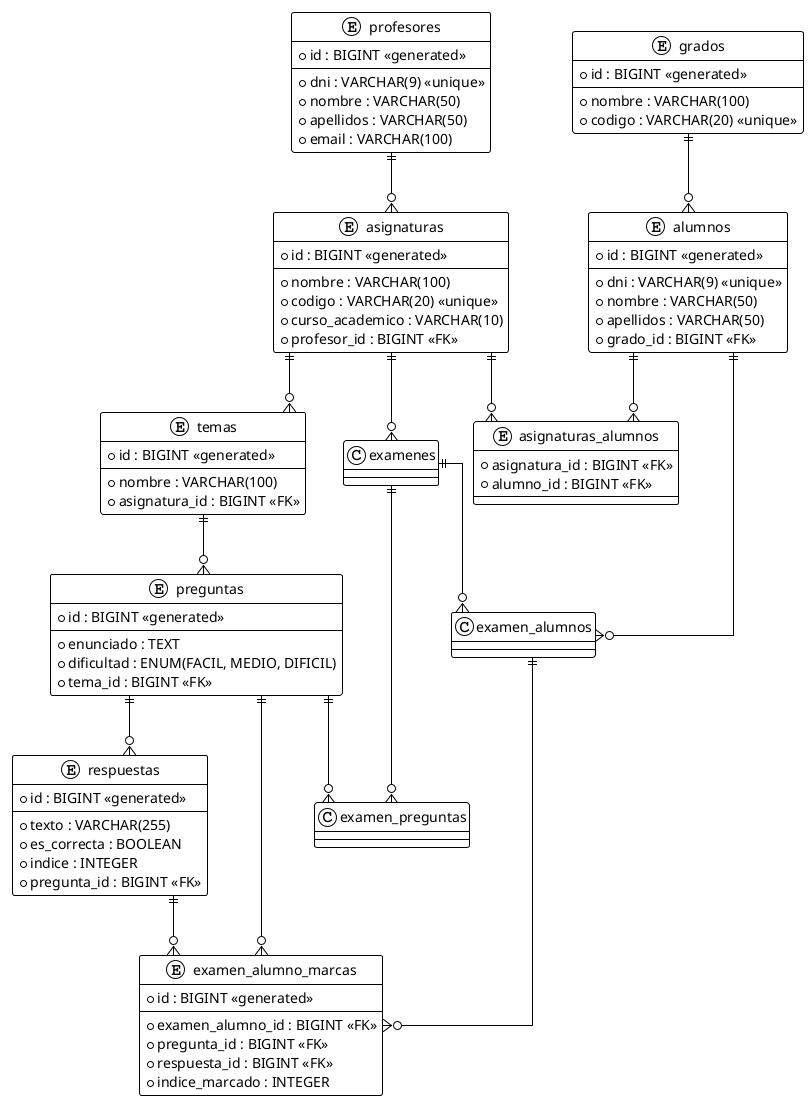
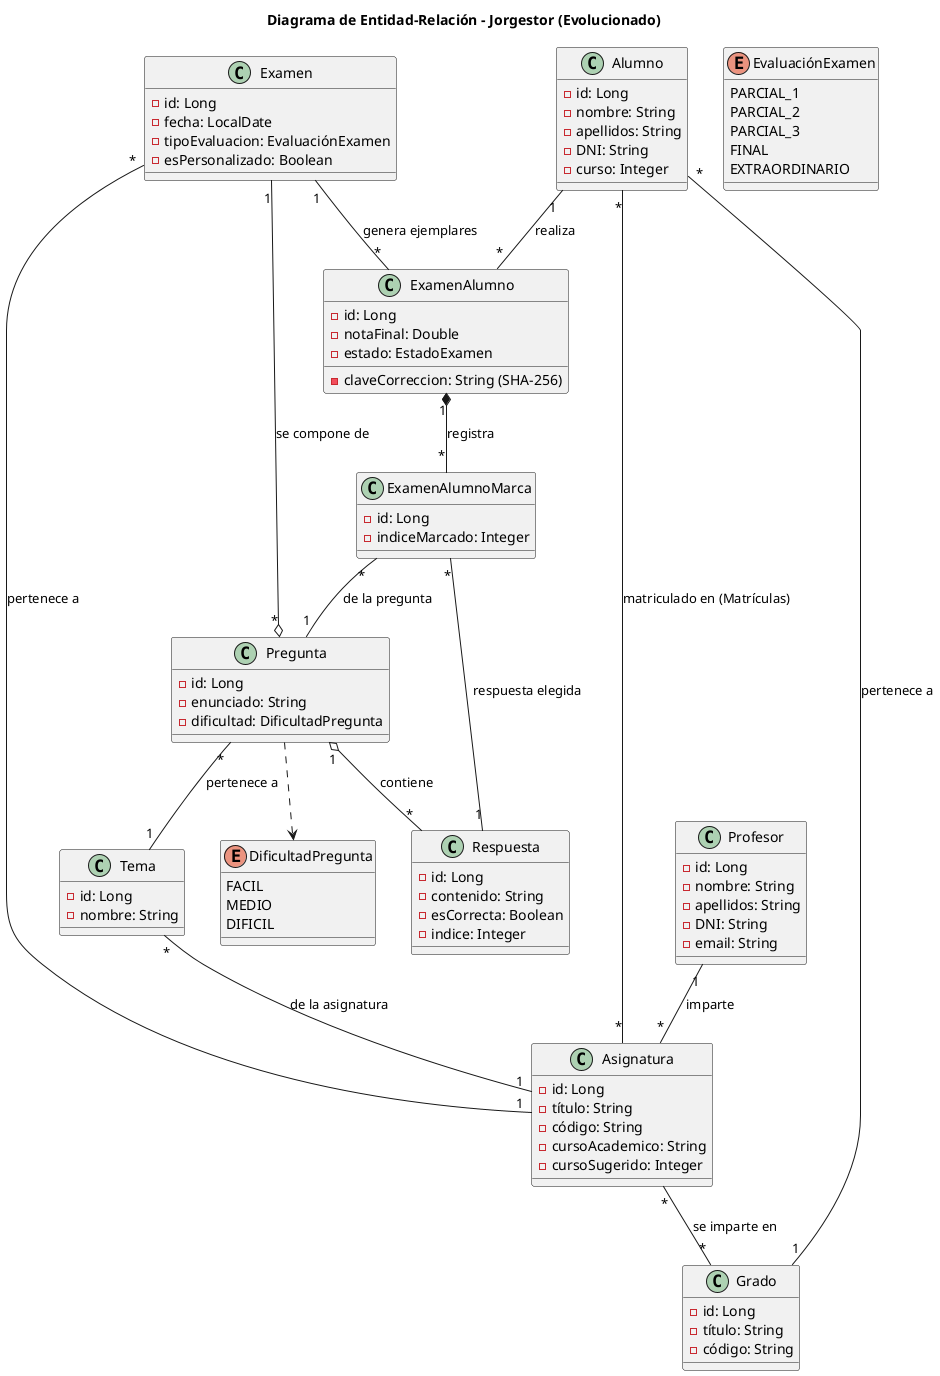
@startuml
- !theme plain
- skinparam Linetype ortho
+ title Diagrama de Entidad-Relación - Jorgestor (Evolucionado)

- entity "grados" as grados {
-   * id : BIGINT <<generated>>
-   --
-   * nombre : VARCHAR(100)
-   * codigo : VARCHAR(20) <<unique>>
+ class Examen {
+   - id: Long
+   - fecha: LocalDate
+   - tipoEvaluacion: EvaluaciónExamen
+   - esPersonalizado: Boolean
}

- entity "profesores" as profesores {
-   * id : BIGINT <<generated>>
-   --
-   * dni : VARCHAR(9) <<unique>>
-   * nombre : VARCHAR(50)
-   * apellidos : VARCHAR(50)
-   * email : VARCHAR(100)
+ class Asignatura {
+   - id: Long
+   - título: String
+   - código: String
+   - cursoAcademico: String
+   - cursoSugerido: Integer
}

- entity "asignaturas" as asignaturas {
-   * id : BIGINT <<generated>>
-   --
-   * nombre : VARCHAR(100)
-   * codigo : VARCHAR(20) <<unique>>
-   * curso_academico : VARCHAR(10)
-   * profesor_id : BIGINT <<FK>>
+ class Pregunta {
+   - id: Long
+   - enunciado: String
+   - dificultad: DificultadPregunta
}

- entity "alumnos" as alumnos {
-   * id : BIGINT <<generated>>
-   --
-   * dni : VARCHAR(9) <<unique>>
-   * nombre : VARCHAR(50)
-   * apellidos : VARCHAR(50)
-   * grado_id : BIGINT <<FK>>
+ class Grado {
+   - id: Long
+   - título: String
+   - código: String
}

- entity "asignaturas_alumnos" as asignaturas_alumnos {
-   * asignatura_id : BIGINT <<FK>>
-   * alumno_id : BIGINT <<FK>>
+ class Profesor {
+   - id: Long
+   - nombre: String
+   - apellidos: String
+   - DNI: String
+   - email: String
}

- entity "temas" as temas {
-   * id : BIGINT <<generated>>
-   --
-   * nombre : VARCHAR(100)
-   * asignatura_id : BIGINT <<FK>>
+ class Alumno {
+   - id: Long
+   - nombre: String
+   - apellidos: String
+   - DNI: String
+   - curso: Integer
}

- entity "preguntas" as preguntas {
-   * id : BIGINT <<generated>>
-   --
-   * enunciado : TEXT
-   * dificultad : ENUM(FACIL, MEDIO, DIFICIL)
-   * tema_id : BIGINT <<FK>>
+ class ExamenAlumno {
+   - id: Long
+   - claveCorreccion: String (SHA-256)
+   - notaFinal: Double
+   - estado: EstadoExamen
}

- entity "respuestas" as respuestas {
-   * id : BIGINT <<generated>>
-   --
-   * texto : VARCHAR(255)
-   * es_correcta : BOOLEAN
-   * indice : INTEGER
-   * pregunta_id : BIGINT <<FK>>
+ class ExamenAlumnoMarca {
+   - id: Long
+   - indiceMarcado: Integer
}

- entity "examen_alumno_marcas" as examen_alumno_marcas {
-   * id : BIGINT <<generated>>
-   --
-   * examen_alumno_id : BIGINT <<FK>>
-   * pregunta_id : BIGINT <<FK>>
-   * respuesta_id : BIGINT <<FK>>
-   * indice_marcado : INTEGER
+ class Respuesta {
+   - id: Long
+   - contenido: String
+   - esCorrecta: Boolean
+   - indice: Integer
}

- grados ||--o{ alumnos
- profesores ||--o{ asignaturas
- asignaturas ||--o{ temas
- asignaturas ||--o{ examenes
- temas ||--o{ preguntas
- preguntas ||--o{ respuestas
- examenes ||--o{ examen_preguntas
- preguntas ||--o{ examen_preguntas
- alumnos ||--o{ examen_alumnos
- examenes ||--o{ examen_alumnos
- examen_alumnos ||--o{ examen_alumno_marcas
- preguntas ||--o{ examen_alumno_marcas
- respuestas ||--o{ examen_alumno_marcas
- asignaturas ||--o{ asignaturas_alumnos
- alumnos ||--o{ asignaturas_alumnos
+ enum EvaluaciónExamen {
+   PARCIAL_1
+   PARCIAL_2
+   PARCIAL_3
+   FINAL
+   EXTRAORDINARIO
+ }
+ 
+ enum DificultadPregunta {
+   FACIL
+   MEDIO
+   DIFICIL
+ }
+ 
+ class Tema {
+   - id: Long
+   - nombre: String
+ }
+ 
+ ' Relaciones Actualizadas
+ Respuesta "*" -u-o "1" Pregunta : contiene
+ Pregunta ..> DificultadPregunta
+ Examen "1" -o "*" Pregunta : se compone de
+ Examen "*" -- "1" Asignatura : pertenece a
+ Profesor "1" -- "*" Asignatura : imparte
+ 
+ ' N:M Transversalidad
+ Asignatura "*" -- "*" Grado : se imparte en
+ 
+ ' N:M Matriculación
+ Alumno "*" -- "*" Asignatura : matriculado en (Matrículas)
+ Alumno "*" -- "1" Grado : pertenece a
+ 
+ ' Relación Modelo vs Ejemplar (Core IDSW2)
+ Examen "1" -- "*" ExamenAlumno : genera ejemplares
+ Alumno "1" -- "*" ExamenAlumno : realiza
+ 
+ ' Auditoría Detallada
+ ExamenAlumno "1" *-- "*" ExamenAlumnoMarca : registra
+ ExamenAlumnoMarca "*" -- "1" Pregunta : de la pregunta
+ ExamenAlumnoMarca "*" -- "1" Respuesta : respuesta elegida
+ 
+ Pregunta "*" -- "1" Tema : pertenece a
+ Tema "*" -- "1" Asignatura : de la asignatura

@enduml
